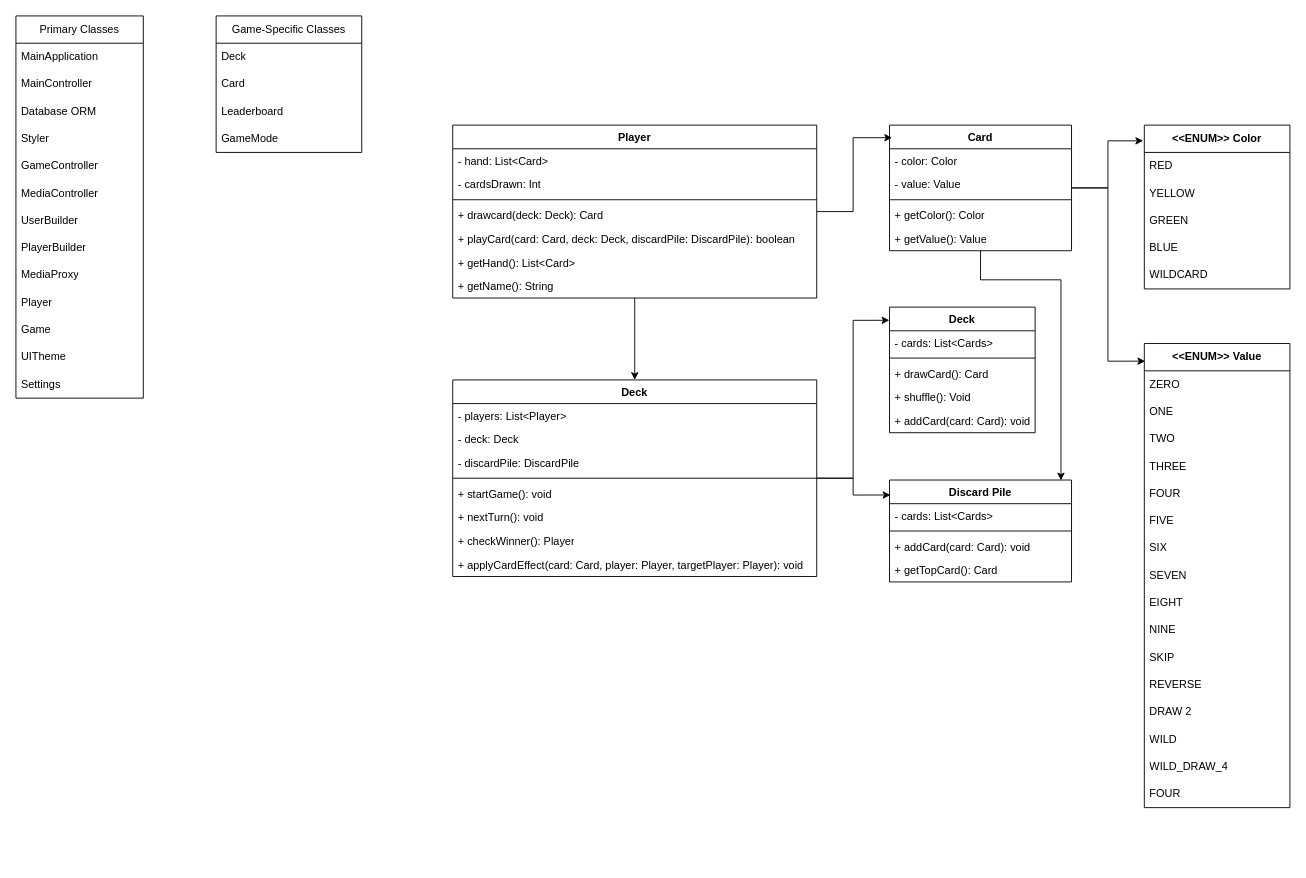
Above: page "Page-1" (1 of 2) of JavaRiceUML.drawio in TLEV6500/CSIT228-F2_Capstone_JavaRice (draw.io), before the change. Source tidied: cells renumbered, new cells numbered last; positions are measured from the earlier drawing's top-left corner, leaving out a move shared by most shapes. Both pictures are drawn from the tidied source at 91%, with x=0, y=0 at pixel (15, 15).
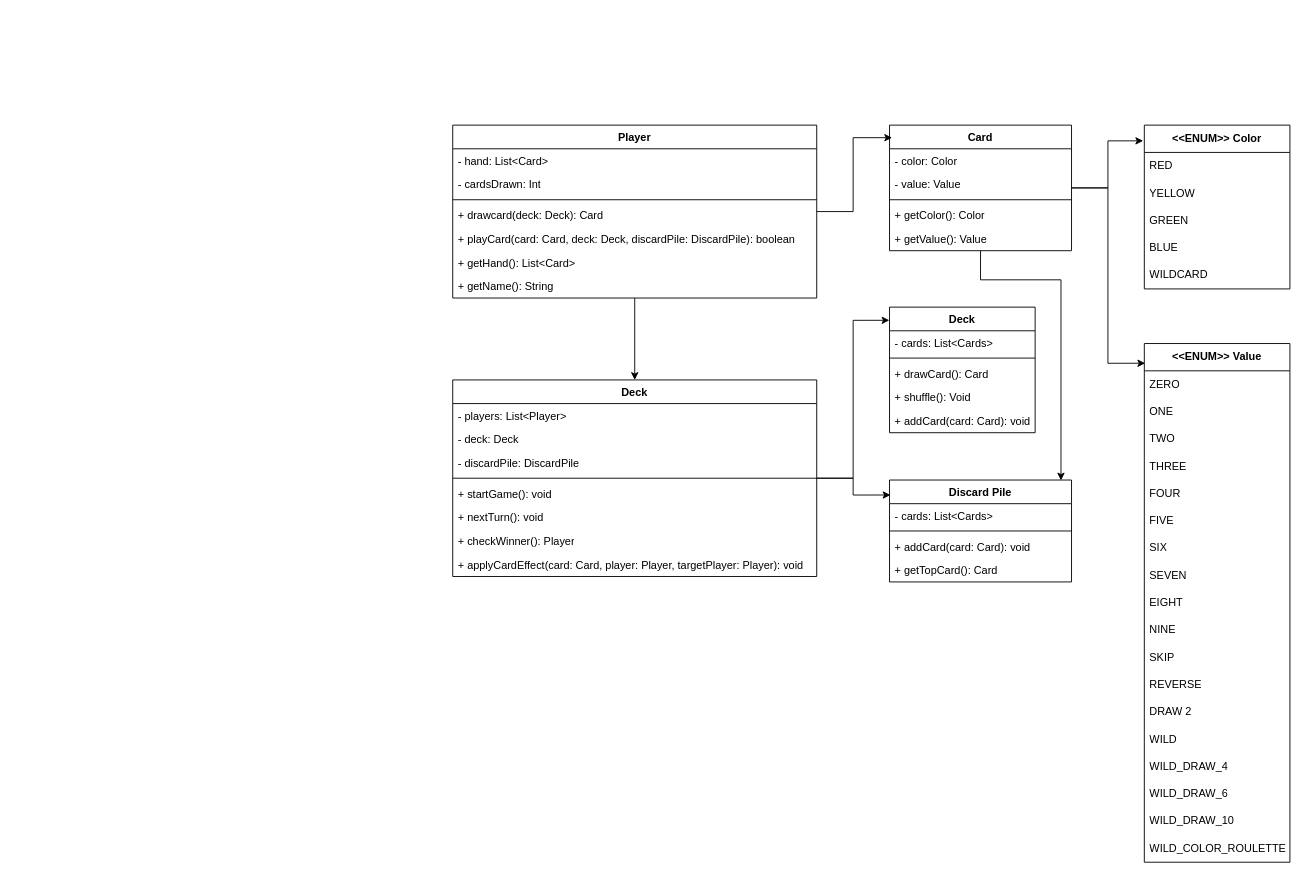
The same page after the edit.

Diff of the diagram source:
```diff
@@
-    <mxCell id="2" value="Primary Classes" style="swimlane;fontStyle=0;horizontal=1;startSize=30;whiteSpace=wrap;html=1;" parent="1" vertex="1">
-      <mxGeometry width="140" height="420" as="geometry" />
-    </mxCell>
-    <mxCell id="3" value="MainApplication" style="text;strokeColor=none;fillColor=none;align=left;verticalAlign=middle;spacingLeft=4;spacingRight=4;overflow=hidden;whiteSpace=wrap;html=1;" parent="2" vertex="1">
-      <mxGeometry y="30" width="140" height="30" as="geometry" />
-    </mxCell>
-    <mxCell id="4" value="MainController" style="text;strokeColor=none;fillColor=none;align=left;verticalAlign=middle;spacingLeft=4;spacingRight=4;overflow=hidden;whiteSpace=wrap;html=1;" parent="2" vertex="1">
-      <mxGeometry y="60" width="140" height="30" as="geometry" />
-    </mxCell>
-    <mxCell id="5" value="Database ORM" style="text;strokeColor=none;fillColor=none;align=left;verticalAlign=middle;spacingLeft=4;spacingRight=4;overflow=hidden;whiteSpace=wrap;html=1;" parent="2" vertex="1">
-      <mxGeometry y="90" width="140" height="30" as="geometry" />
-    </mxCell>
-    <mxCell id="6" value="Styler" style="text;strokeColor=none;fillColor=none;align=left;verticalAlign=middle;spacingLeft=4;spacingRight=4;overflow=hidden;whiteSpace=wrap;html=1;" parent="2" vertex="1">
-      <mxGeometry y="120" width="140" height="30" as="geometry" />
-    </mxCell>
-    <mxCell id="7" value="GameController" style="text;strokeColor=none;fillColor=none;align=left;verticalAlign=middle;spacingLeft=4;spacingRight=4;overflow=hidden;whiteSpace=wrap;html=1;" parent="2" vertex="1">
-      <mxGeometry y="150" width="140" height="30" as="geometry" />
-    </mxCell>
-    <mxCell id="8" value="MediaController" style="text;strokeColor=none;fillColor=none;align=left;verticalAlign=middle;spacingLeft=4;spacingRight=4;overflow=hidden;whiteSpace=wrap;html=1;" parent="2" vertex="1">
-      <mxGeometry y="180" width="140" height="30" as="geometry" />
-    </mxCell>
-    <mxCell id="9" value="UserBuilder" style="text;strokeColor=none;fillColor=none;align=left;verticalAlign=middle;spacingLeft=4;spacingRight=4;overflow=hidden;whiteSpace=wrap;html=1;" parent="2" vertex="1">
-      <mxGeometry y="210" width="140" height="30" as="geometry" />
-    </mxCell>
-    <mxCell id="10" value="PlayerBuilder" style="text;strokeColor=none;fillColor=none;align=left;verticalAlign=middle;spacingLeft=4;spacingRight=4;overflow=hidden;whiteSpace=wrap;html=1;" parent="2" vertex="1">
-      <mxGeometry y="240" width="140" height="30" as="geometry" />
-    </mxCell>
-    <mxCell id="11" value="MediaProxy" style="text;strokeColor=none;fillColor=none;align=left;verticalAlign=middle;spacingLeft=4;spacingRight=4;overflow=hidden;whiteSpace=wrap;html=1;" parent="2" vertex="1">
-      <mxGeometry y="270" width="140" height="30" as="geometry" />
-    </mxCell>
-    <mxCell id="12" value="Player" style="text;strokeColor=none;fillColor=none;align=left;verticalAlign=middle;spacingLeft=4;spacingRight=4;overflow=hidden;whiteSpace=wrap;html=1;" parent="2" vertex="1">
-      <mxGeometry y="300" width="140" height="30" as="geometry" />
-    </mxCell>
-    <mxCell id="13" value="Game" style="text;strokeColor=none;fillColor=none;align=left;verticalAlign=middle;spacingLeft=4;spacingRight=4;overflow=hidden;whiteSpace=wrap;html=1;" parent="2" vertex="1">
-      <mxGeometry y="330" width="140" height="30" as="geometry" />
-    </mxCell>
-    <mxCell id="14" value="UITheme" style="text;strokeColor=none;fillColor=none;align=left;verticalAlign=middle;spacingLeft=4;spacingRight=4;overflow=hidden;whiteSpace=wrap;html=1;" parent="2" vertex="1">
-      <mxGeometry y="360" width="140" height="30" as="geometry" />
-    </mxCell>
-    <mxCell id="15" value="Settings" style="text;strokeColor=none;fillColor=none;align=left;verticalAlign=middle;spacingLeft=4;spacingRight=4;overflow=hidden;whiteSpace=wrap;html=1;" parent="2" vertex="1">
-      <mxGeometry y="390" width="140" height="30" as="geometry" />
-    </mxCell>
-    <mxCell id="16" value="Game-Specific Classes" style="swimlane;fontStyle=0;horizontal=1;startSize=30;whiteSpace=wrap;html=1;" parent="1" vertex="1">
-      <mxGeometry x="220" width="160" height="150" as="geometry" />
-    </mxCell>
-    <mxCell id="17" value="Deck" style="text;strokeColor=none;fillColor=none;align=left;verticalAlign=middle;spacingLeft=4;spacingRight=4;overflow=hidden;whiteSpace=wrap;html=1;" parent="16" vertex="1">
-      <mxGeometry y="30" width="160" height="30" as="geometry" />
-    </mxCell>
-    <mxCell id="18" value="Card" style="text;strokeColor=none;fillColor=none;align=left;verticalAlign=middle;spacingLeft=4;spacingRight=4;overflow=hidden;whiteSpace=wrap;html=1;" parent="16" vertex="1">
-      <mxGeometry y="60" width="160" height="30" as="geometry" />
-    </mxCell>
-    <mxCell id="19" value="Leaderboard" style="text;strokeColor=none;fillColor=none;align=left;verticalAlign=middle;spacingLeft=4;spacingRight=4;overflow=hidden;whiteSpace=wrap;html=1;" parent="16" vertex="1">
-      <mxGeometry y="90" width="160" height="30" as="geometry" />
-    </mxCell>
-    <mxCell id="20" value="GameMode" style="text;strokeColor=none;fillColor=none;align=left;verticalAlign=middle;spacingLeft=4;spacingRight=4;overflow=hidden;whiteSpace=wrap;html=1;" parent="16" vertex="1">
-      <mxGeometry y="120" width="160" height="30" as="geometry" />
-    </mxCell>
@@
     <mxCell id="42" value="&lt;span style=&quot;font-weight: 700;&quot;&gt;&amp;lt;&amp;lt;ENUM&amp;gt;&amp;gt; Value&lt;/span&gt;" style="swimlane;fontStyle=0;horizontal=1;startSize=30;whiteSpace=wrap;html=1;" parent="1" vertex="1">
-      <mxGeometry x="1240" y="360" width="160" height="510" as="geometry" />
+      <mxGeometry x="1240" y="360" width="160" height="570" as="geometry" />
     </mxCell>
@@
-    <mxCell id="58" value="FOUR" style="text;strokeColor=none;fillColor=none;align=left;verticalAlign=middle;spacingLeft=4;spacingRight=4;overflow=hidden;whiteSpace=wrap;html=1;" parent="42" vertex="1">
-      <mxGeometry y="480" width="160" height="30" as="geometry" />
-    </mxCell>
+    <mxCell id="85" value="WILD_DRAW_6" style="text;strokeColor=none;fillColor=none;align=left;verticalAlign=middle;spacingLeft=4;spacingRight=4;overflow=hidden;whiteSpace=wrap;html=1;" parent="42" vertex="1">
+      <mxGeometry y="480" width="160" height="30" as="geometry" />
+    </mxCell>
+    <mxCell id="86" value="WILD_DRAW_10" style="text;strokeColor=none;fillColor=none;align=left;verticalAlign=middle;spacingLeft=4;spacingRight=4;overflow=hidden;whiteSpace=wrap;html=1;" parent="42" vertex="1">
+      <mxGeometry y="510" width="160" height="30" as="geometry" />
+    </mxCell>
+    <mxCell id="87" value="WILD_COLOR_ROULETTE" style="text;strokeColor=none;fillColor=none;align=left;verticalAlign=middle;spacingLeft=4;spacingRight=4;overflow=hidden;whiteSpace=wrap;html=1;" parent="42" vertex="1">
+      <mxGeometry y="540" width="160" height="30" as="geometry" />
+    </mxCell>
```
